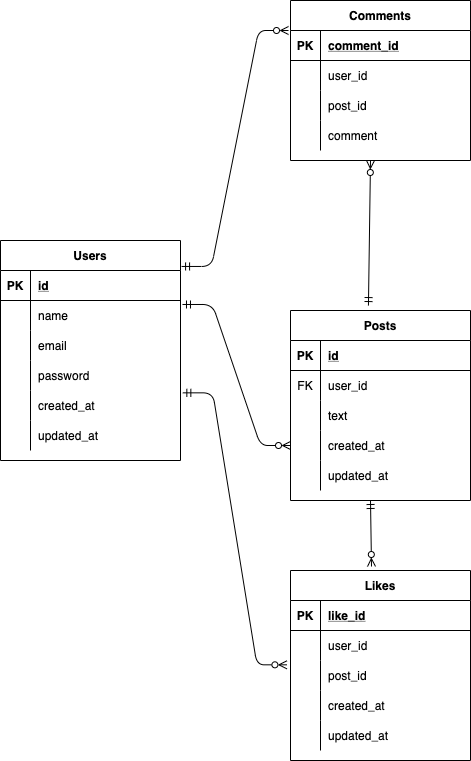
Earlier version of the draw.io export twitter-clone.drawio.png (chikamasuda/sns-app-laravel). Source tidied: cells renumbered, new cells last; positions are measured from the earlier drawing's top-left corner, leaving out a move shared by most shapes.
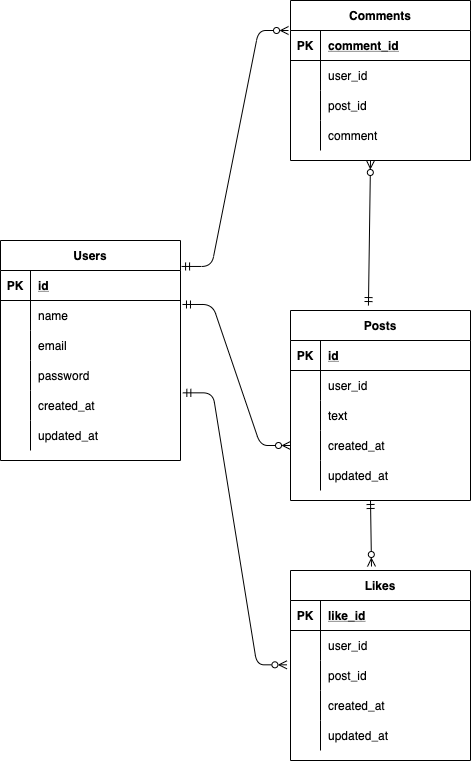
Later version of the same file.

What changed in the source:
```diff
@@ -161,7 +161,7 @@
     <mxCell id="54" style="shape=partialRectangle;fillColor=none;top=0;left=0;bottom=0;right=0;" parent="50" vertex="1">
       <mxGeometry y="60" width="180" height="30" as="geometry" />
     </mxCell>
-    <mxCell id="55" value="FK" style="shape=partialRectangle;fillColor=none;top=0;left=0;bottom=0;right=0;overflow=hidden;" parent="54" vertex="1">
+    <mxCell id="55" style="shape=partialRectangle;fillColor=none;top=0;left=0;bottom=0;right=0;overflow=hidden;" parent="54" vertex="1">
       <mxGeometry width="30" height="30" as="geometry" />
     </mxCell>
     <mxCell id="56" value="user_id" style="shape=partialRectangle;fillColor=none;top=0;left=0;bottom=0;right=0;align=left;spacingLeft=6;overflow=hidden;" parent="54" vertex="1">
```
